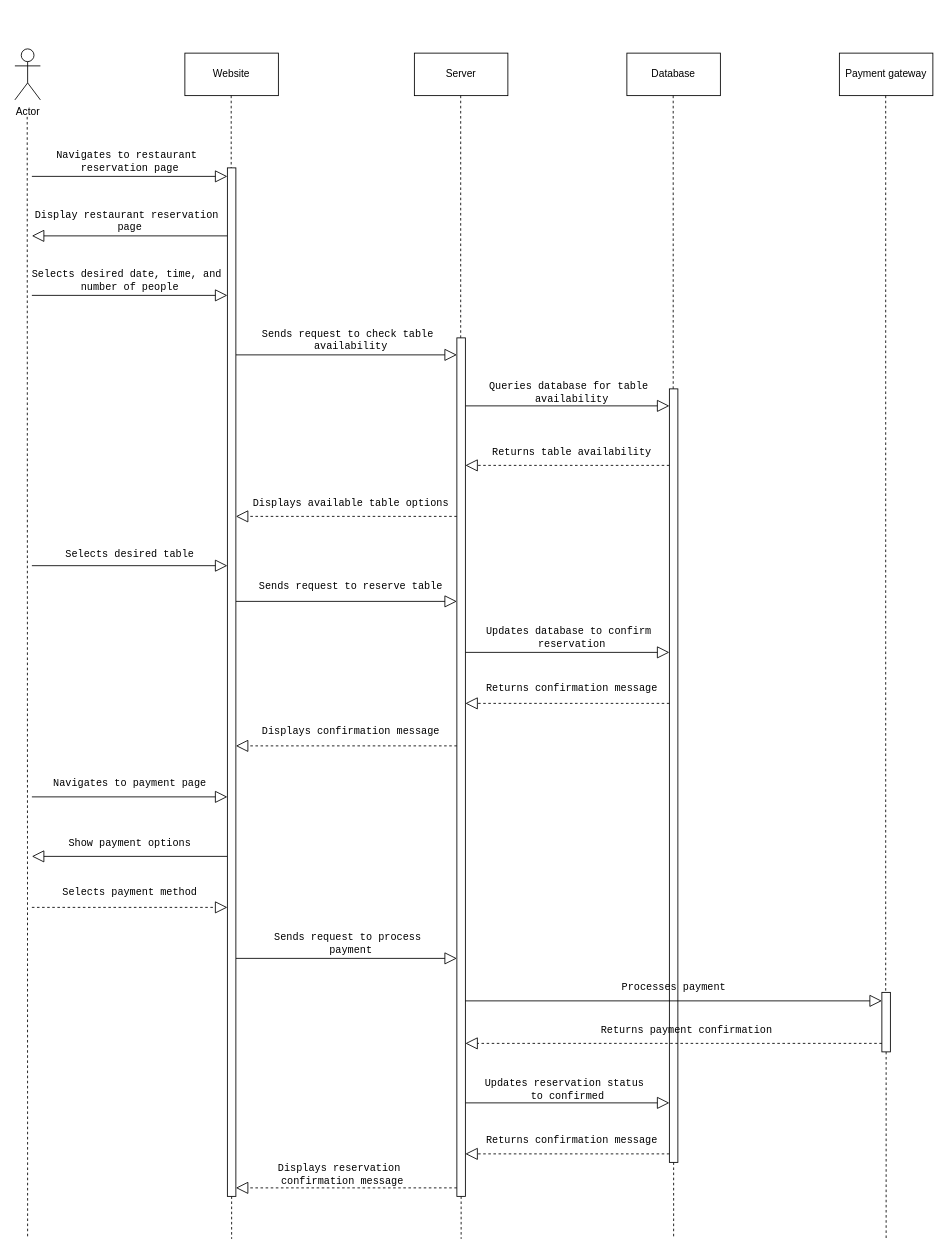
Earlier version of the draw.io diagram Resturent.drawio (CodeSithum/sequencediagram). Source tidied: cells renumbered, new cells numbered last; positions are measured from the earlier drawing's top-left corner, leaving out a move shared by most shapes. Both pictures are drawn from the tidied source at 85%, with x=0, y=0 at pixel (14, 48).
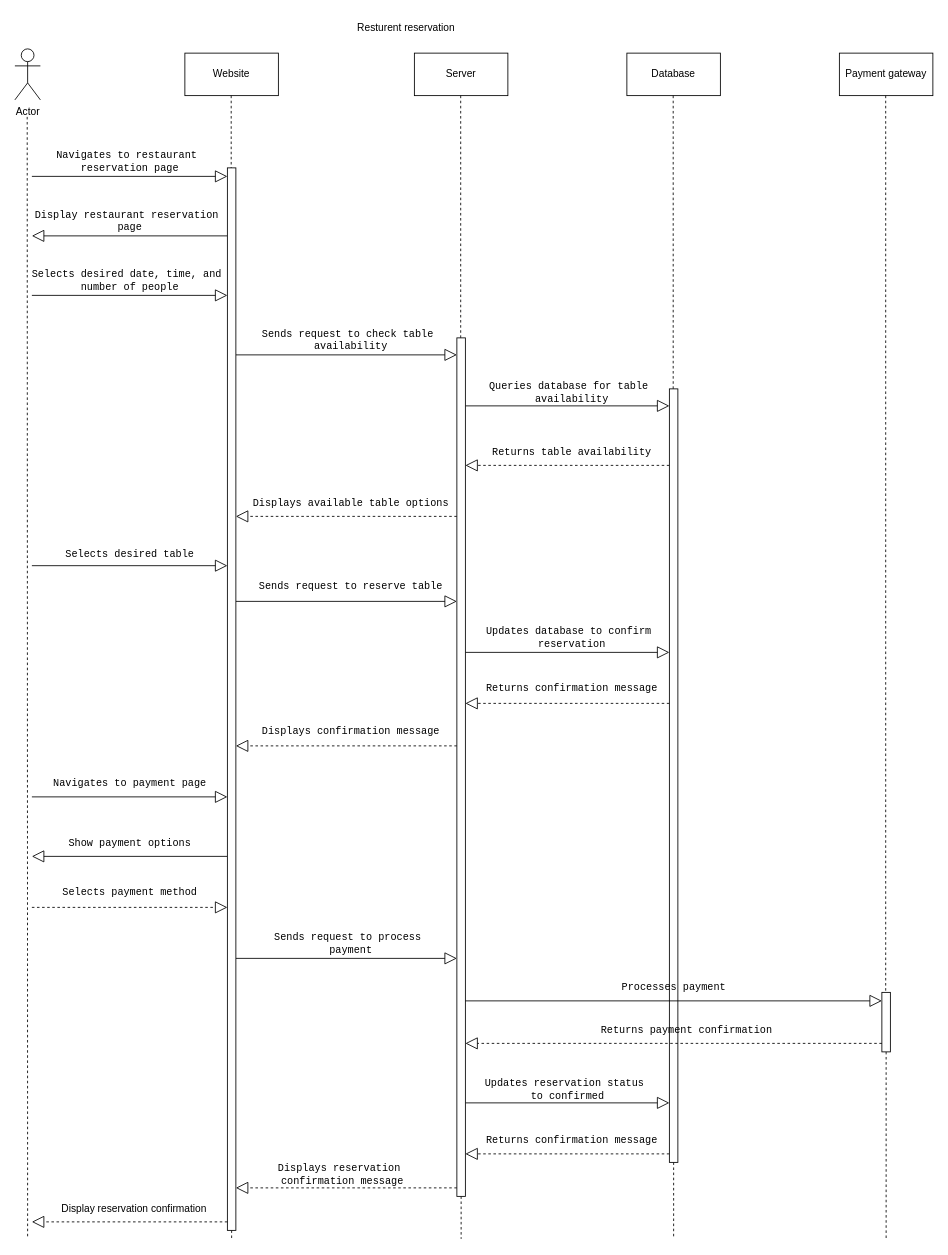
Above is the later version.

The edit, as a diff of the source:
```diff
@@
     <mxCell id="51" style="html=1;points=[];perimeter=orthogonalPerimeter;outlineConnect=0;targetShapes=umlLifeline;portConstraint=eastwest;newEdgeStyle={&quot;edgeStyle&quot;:&quot;elbowEdgeStyle&quot;,&quot;elbow&quot;:&quot;vertical&quot;,&quot;curved&quot;:0,&quot;rounded&quot;:0};" parent="1" vertex="1">
-      <mxGeometry x="250" y="140" width="10" height="1210" as="geometry" />
+      <mxGeometry x="250" y="140" width="10" height="1250" as="geometry" />
     </mxCell>
@@
+    <mxCell id="62" style="endArrow=block;endFill=0;endSize=12;html=1;rounded=0;dashed=1;" parent="1" edge="1">
+      <mxGeometry relative="1" as="geometry">
+        <mxPoint x="250" y="1380" as="sourcePoint" />
+        <mxPoint x="20" y="1380" as="targetPoint" />
+      </mxGeometry>
+    </mxCell>
+    <mxCell id="63" value="Display reservation confirmation" style="text;html=1;align=center;verticalAlign=middle;strokeColor=none;fillColor=none;" parent="1" vertex="1">
+      <mxGeometry x="40" y="1350" width="200" height="30" as="geometry" />
+    </mxCell>
+    <mxCell id="64" value="Resturent reservation" style="text;html=1;align=center;verticalAlign=middle;strokeColor=none;fillColor=none;" parent="1" vertex="1">
+      <mxGeometry x="390" y="-40" width="140" height="30" as="geometry" />
+    </mxCell>
```
